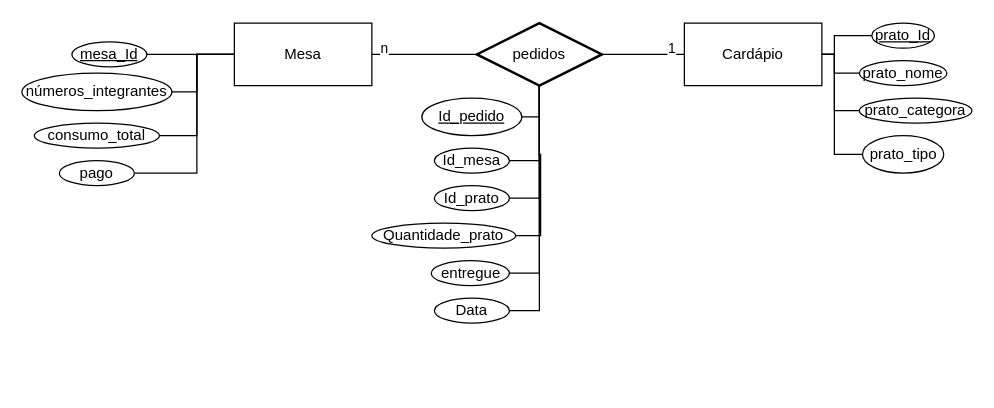
LucasEdu-code/BD_projeto_v1 keeps this draw.io diagram as Modelagem_BD.drawio. Above is the earlier version. Source tidied: cells renumbered, new cells numbered last; positions are measured from the earlier drawing's top-left corner, leaving out a move shared by most shapes. Both pictures are drawn from the tidied source at 125%, with x=0, y=0 at pixel (21, 22).
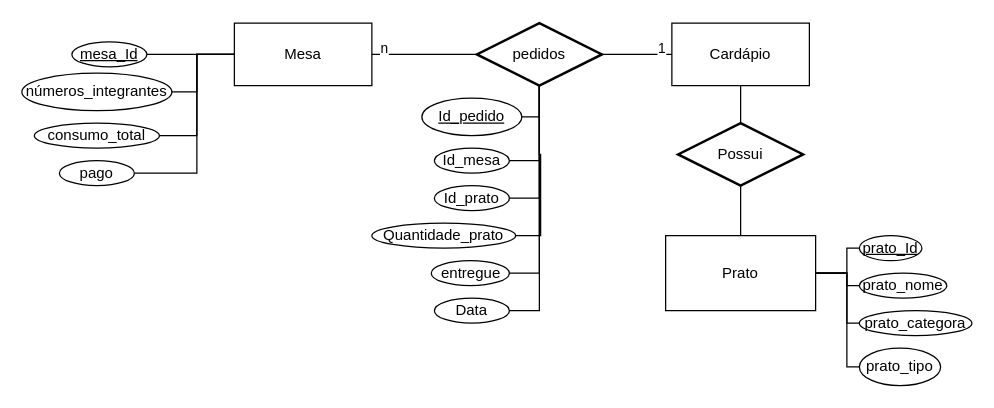
The same diagram, later.

The edit, as a diff of the source:
```diff
@@
     <mxCell id="2" value="&lt;div&gt;Cardápio&lt;/div&gt;" style="html=1;whiteSpace=wrap;" parent="1" vertex="1">
-      <mxGeometry x="530" width="110" height="50" as="geometry" />
+      <mxGeometry x="520" width="110" height="50" as="geometry" />
     </mxCell>
@@
-    <mxCell id="23" style="edgeStyle=orthogonalEdgeStyle;rounded=0;jettySize=auto;html=1;endArrow=none;endFill=0;" parent="1" edge="1" source="24" target="2">
-      <mxGeometry relative="1" as="geometry">
-        <Array as="points">
-          <mxPoint x="650" y="10" />
-          <mxPoint x="650" y="25" />
-        </Array>
-      </mxGeometry>
-    </mxCell>
+    <mxCell id="35" style="edgeStyle=orthogonalEdgeStyle;rounded=0;jettySize=auto;html=1;endArrow=none;endFill=0;" parent="1" edge="1" source="24" target="42">
+      <mxGeometry relative="1" as="geometry">
+        <Array as="points">
+          <mxPoint x="660" y="180" />
+          <mxPoint x="660" y="200" />
+        </Array>
+      </mxGeometry>
+    </mxCell>
     <mxCell id="24" value="&lt;u&gt;prato_Id&lt;/u&gt;" style="ellipse;whiteSpace=wrap;html=1;" parent="1" vertex="1">
-      <mxGeometry x="680" width="50" height="20" as="geometry" />
+      <mxGeometry x="670" y="170" width="50" height="20" as="geometry" />
     </mxCell>
-    <mxCell id="25" style="edgeStyle=orthogonalEdgeStyle;rounded=0;jettySize=auto;html=1;endArrow=none;endFill=0;" parent="1" edge="1" source="26" target="2">
-      <mxGeometry relative="1" as="geometry" />
-    </mxCell>
+    <mxCell id="36" style="edgeStyle=orthogonalEdgeStyle;rounded=0;jettySize=auto;html=1;endArrow=none;endFill=0;" parent="1" edge="1" source="26" target="42">
+      <mxGeometry relative="1" as="geometry">
+        <Array as="points">
+          <mxPoint x="660" y="210" />
+          <mxPoint x="660" y="200" />
+        </Array>
+      </mxGeometry>
+    </mxCell>
     <mxCell id="26" value="prato_nome" style="ellipse;whiteSpace=wrap;html=1;" parent="1" vertex="1">
-      <mxGeometry x="670" y="30" width="70" height="20" as="geometry" />
+      <mxGeometry x="670" y="200" width="70" height="20" as="geometry" />
     </mxCell>
-    <mxCell id="27" style="edgeStyle=orthogonalEdgeStyle;rounded=0;jettySize=auto;html=1;exitX=0;exitY=0.5;exitDx=0;exitDy=0;entryX=1;entryY=0.5;entryDx=0;entryDy=0;endArrow=none;endFill=0;" parent="1" edge="1" source="28" target="2">
-      <mxGeometry relative="1" as="geometry">
-        <Array as="points">
-          <mxPoint x="650" y="70" />
-          <mxPoint x="650" y="25" />
-        </Array>
-      </mxGeometry>
-    </mxCell>
+    <mxCell id="37" style="edgeStyle=orthogonalEdgeStyle;rounded=0;jettySize=auto;html=1;endArrow=none;endFill=0;" parent="1" edge="1" source="28" target="42">
+      <mxGeometry relative="1" as="geometry">
+        <Array as="points">
+          <mxPoint x="660" y="200" />
+        </Array>
+      </mxGeometry>
+    </mxCell>
     <mxCell id="28" value="prato_categora" style="ellipse;whiteSpace=wrap;html=1;" parent="1" vertex="1">
-      <mxGeometry x="670" y="60" width="90" height="20" as="geometry" />
+      <mxGeometry x="670" y="230" width="90" height="20" as="geometry" />
     </mxCell>
-    <mxCell id="29" style="edgeStyle=orthogonalEdgeStyle;rounded=0;jettySize=auto;html=1;exitX=0;exitY=0.5;exitDx=0;exitDy=0;entryX=1;entryY=0.5;entryDx=0;entryDy=0;endArrow=none;endFill=0;" parent="1" edge="1" source="30" target="2">
-      <mxGeometry relative="1" as="geometry">
-        <Array as="points">
-          <mxPoint x="650" y="105" />
-          <mxPoint x="650" y="25" />
-        </Array>
-      </mxGeometry>
-    </mxCell>
+    <mxCell id="38" style="edgeStyle=orthogonalEdgeStyle;rounded=0;jettySize=auto;html=1;exitX=0;exitY=0.5;exitDx=0;exitDy=0;entryX=1;entryY=0.5;entryDx=0;entryDy=0;endArrow=none;endFill=0;" parent="1" edge="1" source="30" target="42">
+      <mxGeometry relative="1" as="geometry">
+        <Array as="points">
+          <mxPoint x="660" y="275" />
+          <mxPoint x="660" y="200" />
+        </Array>
+      </mxGeometry>
+    </mxCell>
     <mxCell id="30" value="prato_tipo" style="ellipse;whiteSpace=wrap;html=1;" parent="1" vertex="1">
-      <mxGeometry x="672.5" y="90" width="65" height="30" as="geometry" />
+      <mxGeometry x="670" y="260" width="65" height="30" as="geometry" />
     </mxCell>
@@
+    <mxCell id="39" style="edgeStyle=orthogonalEdgeStyle;rounded=0;jettySize=auto;html=1;endArrow=none;endFill=0;" parent="1" edge="1" source="40" target="2">
+      <mxGeometry relative="1" as="geometry" />
+    </mxCell>
+    <mxCell id="40" value="Possui" style="strokeWidth=2;html=1;shape=mxgraph.flowchart.decision;whiteSpace=wrap;" parent="1" vertex="1">
+      <mxGeometry x="525" y="80" width="100" height="50" as="geometry" />
+    </mxCell>
+    <mxCell id="41" style="edgeStyle=orthogonalEdgeStyle;rounded=0;jettySize=auto;html=1;endArrow=none;endFill=0;" parent="1" edge="1" source="42" target="40">
+      <mxGeometry relative="1" as="geometry" />
+    </mxCell>
+    <mxCell id="42" value="Prato" style="rounded=0;whiteSpace=wrap;html=1;" parent="1" vertex="1">
+      <mxGeometry x="515" y="170" width="120" height="60" as="geometry" />
+    </mxCell>
```
